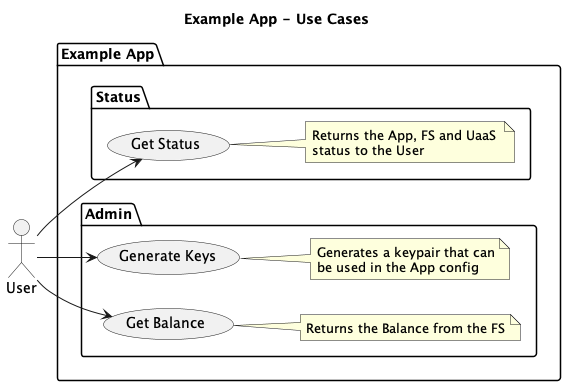
This is docs/diagrams/app_usecases.png from nchain-innovation/overlay-network, a PlantUML export, as it was before one commit. Source of this version:
```plantuml
@startuml
title Example App - Use Cases
left to right direction

actor User

package "Example App" {
    package Status {
        User --> (Get Status)
        note right
        Returns the App, FS and UaaS
        status to the User
        end note
    }
    package Admin {
        User --> (Generate Keys)
        note right
        Generates a keypair that can
        be used in the App config
        end note

        User --> (Get Balance)
        note right
        Returns the Balance from the FS
        end note

    }
}

@enduml
```
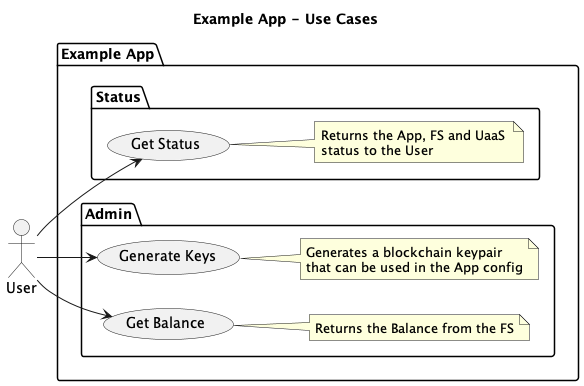
The same file after the commit.

Diff of the diagram source:
```diff
@@ -15,8 +15,8 @@
     package Admin {
         User --> (Generate Keys)
         note right
-        Generates a keypair that can
-        be used in the App config
+        Generates a blockchain keypair
+        that can be used in the App config
         end note
 
         User --> (Get Balance)
```
